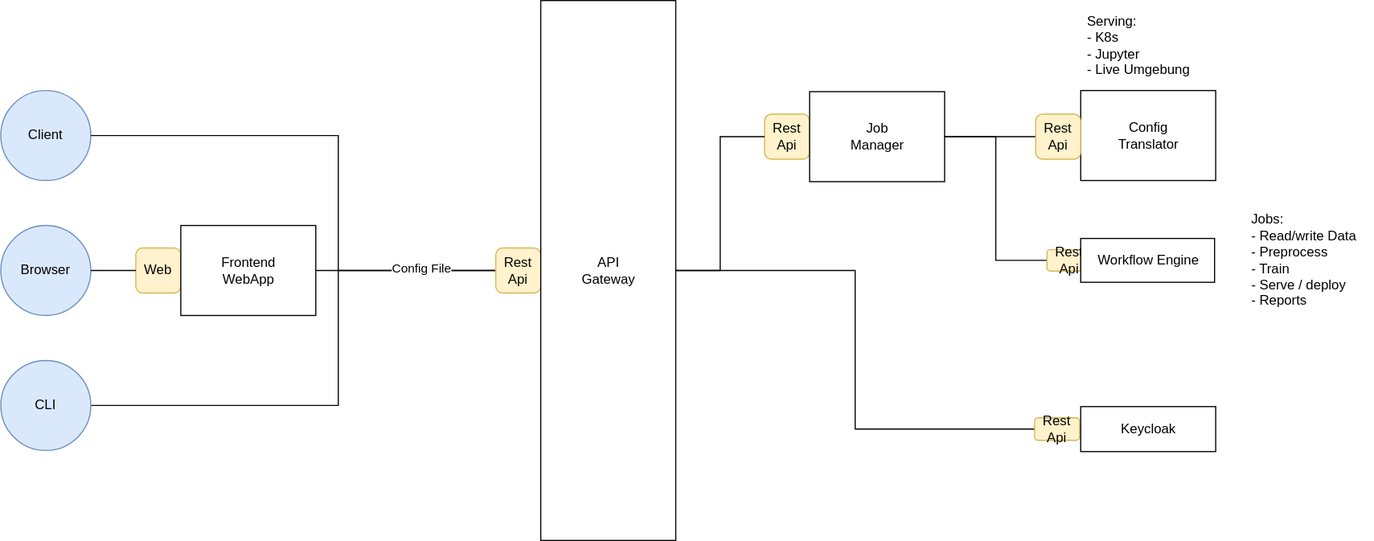
WOGRA-AG/os4ml-docs keeps this draw.io diagram as assets/Os4ML-Services.svg. Above is the earlier version. Source tidied: cells renumbered, new cells last; positions are measured from the earlier drawing's top-left corner, leaving out a move shared by most shapes.
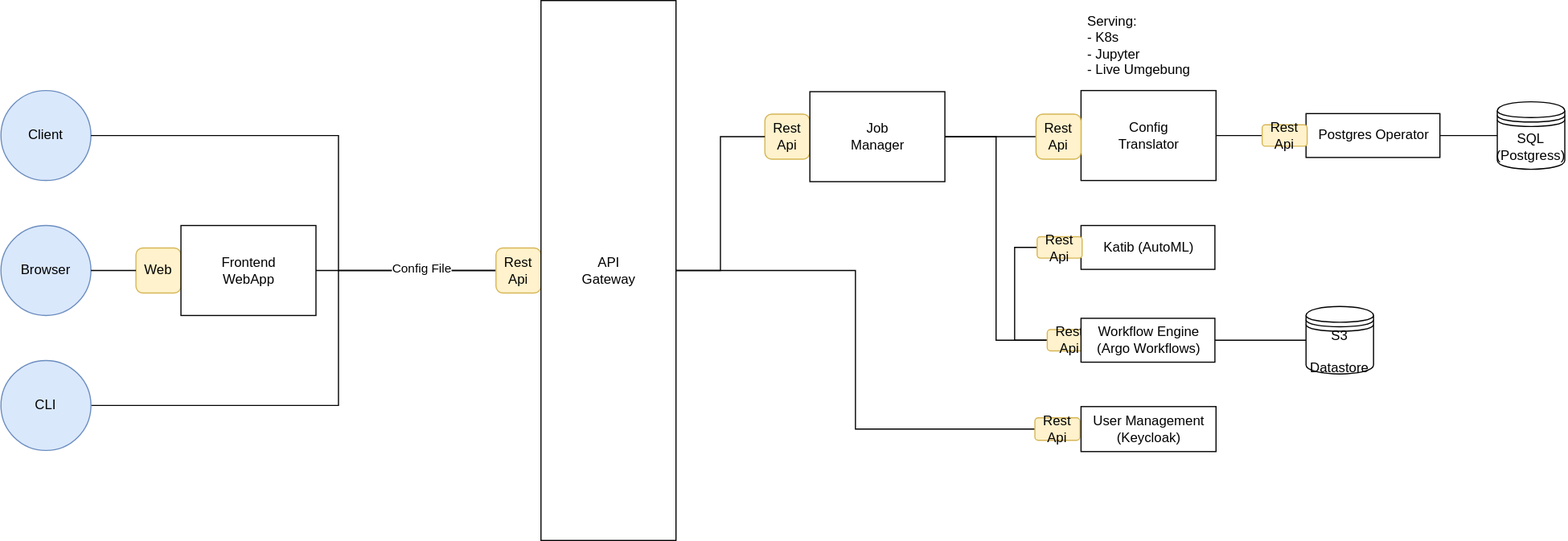
Above is the later version.

Commit message:
update architecture diagram with OpenSource Services

Diff of the diagram source:
```diff
@@ -57,14 +57,23 @@
     <mxCell id="17" value="&lt;div&gt;API&lt;/div&gt;&lt;div&gt;Gateway&lt;br&gt;&lt;/div&gt;" style="html=1;" parent="1" vertex="1">
       <mxGeometry x="480" width="120" height="480" as="geometry" />
     </mxCell>
+    <mxCell id="28" style="edgeStyle=orthogonalEdgeStyle;rounded=0;jettySize=auto;html=1;entryX=0;entryY=0.5;entryDx=0;entryDy=0;endArrow=none;endFill=0;" parent="1" edge="1" source="18" target="37">
+      <mxGeometry relative="1" as="geometry" />
+    </mxCell>
     <mxCell id="18" value="&lt;div&gt;Config&lt;br&gt;&lt;/div&gt;&lt;div&gt;Translator&lt;br&gt;&lt;/div&gt;" style="html=1;" parent="1" vertex="1">
       <mxGeometry x="960" y="80" width="120" height="80" as="geometry" />
     </mxCell>
+    <mxCell id="29" style="edgeStyle=orthogonalEdgeStyle;rounded=0;jettySize=auto;html=1;exitX=0;exitY=0.5;exitDx=0;exitDy=0;entryX=0;entryY=0.5;entryDx=0;entryDy=0;endArrow=none;endFill=0;" parent="1" edge="1" source="19" target="33">
+      <mxGeometry relative="1" as="geometry" />
+    </mxCell>
     <mxCell id="19" value="&lt;div&gt;Rest&lt;/div&gt;&lt;div&gt;Api&lt;br&gt;&lt;/div&gt;" style="rounded=1;whiteSpace=wrap;html=1;fillColor=#fff2cc;strokeColor=#d6b656;" parent="1" vertex="1">
-      <mxGeometry x="930" y="221.5" width="40" height="19" as="geometry" />
+      <mxGeometry x="930" y="292.5" width="40" height="19" as="geometry" />
     </mxCell>
+    <mxCell id="30" style="edgeStyle=orthogonalEdgeStyle;rounded=0;jettySize=auto;html=1;entryX=0;entryY=0.5;entryDx=0;entryDy=0;endArrow=none;endFill=0;" parent="1" edge="1" source="20" target="31">
+      <mxGeometry relative="1" as="geometry" />
+    </mxCell>
-    <mxCell id="20" value="Workflow Engine" style="html=1;" parent="1" vertex="1">
-      <mxGeometry x="960" y="211.5" width="119" height="39" as="geometry" />
+    <mxCell id="20" value="&lt;div&gt;Workflow Engine&lt;/div&gt;&lt;div&gt;(Argo Workflows)&lt;br&gt;&lt;/div&gt;" style="html=1;" parent="1" vertex="1">
+      <mxGeometry x="960" y="282.5" width="119" height="39" as="geometry" />
     </mxCell>
     <mxCell id="21" value="&lt;div&gt;Rest&lt;/div&gt;&lt;div&gt;Api&lt;br&gt;&lt;/div&gt;" style="rounded=1;whiteSpace=wrap;html=1;fillColor=#fff2cc;strokeColor=#d6b656;" parent="1" vertex="1">
       <mxGeometry x="920" y="101" width="40" height="40" as="geometry" />
@@ -72,7 +81,7 @@
     <mxCell id="22" value="&lt;div&gt;Rest&lt;/div&gt;&lt;div&gt;Api&lt;br&gt;&lt;/div&gt;" style="rounded=1;whiteSpace=wrap;html=1;fillColor=#fff2cc;strokeColor=#d6b656;" parent="1" vertex="1">
       <mxGeometry x="919" y="371" width="40" height="20" as="geometry" />
     </mxCell>
-    <mxCell id="23" value="Keycloak" style="html=1;" parent="1" vertex="1">
+    <mxCell id="23" value="&lt;div&gt;User Management&lt;/div&gt;(Keycloak)" style="html=1;" parent="1" vertex="1">
       <mxGeometry x="960" y="361" width="120" height="40" as="geometry" />
     </mxCell>
     <mxCell id="24" style="edgeStyle=orthogonalEdgeStyle;rounded=0;jettySize=auto;html=1;endArrow=none;endFill=0;" parent="1" edge="1" source="25">
@@ -83,11 +92,29 @@
     <mxCell id="25" value="CLI" style="ellipse;whiteSpace=wrap;html=1;fillColor=#dae8fc;strokeColor=#6c8ebf;" parent="1" vertex="1">
       <mxGeometry y="320" width="80" height="80" as="geometry" />
     </mxCell>
-    <mxCell id="26" value="&lt;div align=&quot;left&quot;&gt;Jobs:&lt;/div&gt;&lt;div align=&quot;left&quot;&gt;- Read/write Data&lt;/div&gt;&lt;div align=&quot;left&quot;&gt;- Preprocess&lt;/div&gt;&lt;div align=&quot;left&quot;&gt;- Train&lt;/div&gt;&lt;div align=&quot;left&quot;&gt;- Serve / deploy&lt;br&gt;&lt;/div&gt;&lt;div align=&quot;left&quot;&gt;- Reports&lt;br&gt;&lt;/div&gt;" style="text;html=1;align=left;verticalAlign=middle;strokeColor=none;fillColor=none;" parent="1" vertex="1">
-      <mxGeometry x="1110" y="186" width="110" height="90" as="geometry" />
-    </mxCell>
     <mxCell id="27" value="&lt;div align=&quot;left&quot;&gt;Serving:&lt;/div&gt;- K8s&lt;br&gt;- Jupyter&lt;br&gt;- Live Umgebung" style="text;html=1;align=left;verticalAlign=middle;strokeColor=none;fillColor=none;rotation=0;" parent="1" vertex="1">
       <mxGeometry x="964" y="10" width="110" height="60" as="geometry" />
     </mxCell>
+    <mxCell id="31" value="&lt;div&gt;S3&lt;/div&gt;&lt;div&gt;&lt;br&gt;&lt;/div&gt;&lt;div&gt;Datastore&lt;br&gt;&lt;/div&gt;" style="shape=datastore;whiteSpace=wrap;html=1;" parent="1" vertex="1">
+      <mxGeometry x="1160" y="272" width="60" height="60" as="geometry" />
+    </mxCell>
+    <mxCell id="32" value="Katib (AutoML)" style="html=1;" parent="1" vertex="1">
+      <mxGeometry x="960" y="200" width="119" height="39" as="geometry" />
+    </mxCell>
+    <mxCell id="33" value="&lt;div&gt;Rest&lt;/div&gt;&lt;div&gt;Api&lt;br&gt;&lt;/div&gt;" style="rounded=1;whiteSpace=wrap;html=1;fillColor=#fff2cc;strokeColor=#d6b656;" parent="1" vertex="1">
+      <mxGeometry x="921" y="210" width="40" height="19" as="geometry" />
+    </mxCell>
+    <mxCell id="34" value="&lt;div&gt;SQL&lt;/div&gt;&lt;div&gt;(Postgress)&lt;br&gt;&lt;/div&gt;" style="shape=datastore;whiteSpace=wrap;html=1;" parent="1" vertex="1">
+      <mxGeometry x="1330" y="90" width="60" height="60" as="geometry" />
+    </mxCell>
+    <mxCell id="35" style="edgeStyle=orthogonalEdgeStyle;rounded=0;jettySize=auto;html=1;entryX=0;entryY=0.5;entryDx=0;entryDy=0;endArrow=none;endFill=0;" parent="1" edge="1" source="36" target="34">
+      <mxGeometry relative="1" as="geometry" />
+    </mxCell>
+    <mxCell id="36" value="Postgres Operator" style="html=1;" parent="1" vertex="1">
+      <mxGeometry x="1160" y="100.5" width="119" height="39" as="geometry" />
+    </mxCell>
+    <mxCell id="37" value="&lt;div&gt;Rest&lt;/div&gt;&lt;div&gt;Api&lt;br&gt;&lt;/div&gt;" style="rounded=1;whiteSpace=wrap;html=1;fillColor=#fff2cc;strokeColor=#d6b656;" parent="1" vertex="1">
+      <mxGeometry x="1121" y="110.5" width="40" height="19" as="geometry" />
+    </mxCell>
   </root>
 </mxGraphModel>
```
